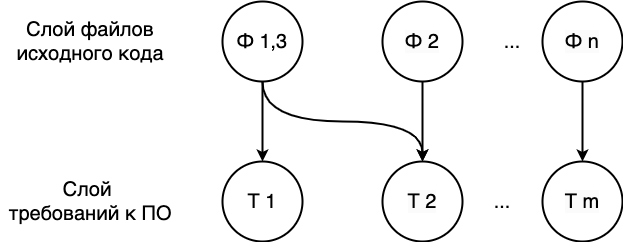
Before: images/result_count.png, a diagram exported from draw.io (Dambr/yewking). Source tidied: cells renumbered, new cells last; positions are measured from the earlier drawing's top-left corner, leaving out a move shared by most shapes. Source of this version:
```xml
<mxGraphModel>
  <root>
    <mxCell id="0" />
    <mxCell id="1" parent="0" />
    <mxCell id="2" style="edgeStyle=orthogonalEdgeStyle;curved=1;rounded=0;jettySize=auto;html=1;exitX=0.5;exitY=1;exitDx=0;exitDy=0;entryX=0.5;entryY=0;entryDx=0;entryDy=0;strokeWidth=2;" parent="1" edge="1" source="3" target="6">
      <mxGeometry relative="1" as="geometry" />
    </mxCell>
    <mxCell id="3" value="Ф 1,3" style="ellipse;whiteSpace=wrap;html=1;fontSize=20;strokeWidth=2;" parent="1" vertex="1">
      <mxGeometry x="222" width="80" height="80" as="geometry" />
    </mxCell>
    <mxCell id="4" value="&lt;span style=&quot;color: rgb(0, 0, 0); font-family: Helvetica; font-size: 20px; font-style: normal; font-variant-ligatures: normal; font-variant-caps: normal; font-weight: 400; letter-spacing: normal; orphans: 2; text-align: center; text-indent: 0px; text-transform: none; widows: 2; word-spacing: 0px; -webkit-text-stroke-width: 0px; white-space: normal; background-color: rgb(251, 251, 251); text-decoration-thickness: initial; text-decoration-style: initial; text-decoration-color: initial; float: none; display: inline !important;&quot;&gt;Ф 2&lt;/span&gt;" style="ellipse;whiteSpace=wrap;html=1;fontSize=20;strokeWidth=2;" parent="1" vertex="1">
      <mxGeometry x="382" width="80" height="80" as="geometry" />
    </mxCell>
    <mxCell id="5" value="Т 1" style="ellipse;whiteSpace=wrap;html=1;fontSize=20;strokeWidth=2;" parent="1" vertex="1">
      <mxGeometry x="222" y="160" width="80" height="80" as="geometry" />
    </mxCell>
    <mxCell id="6" value="&lt;span style=&quot;color: rgb(0, 0, 0); font-family: Helvetica; font-size: 20px; font-style: normal; font-variant-ligatures: normal; font-variant-caps: normal; font-weight: 400; letter-spacing: normal; orphans: 2; text-align: center; text-indent: 0px; text-transform: none; widows: 2; word-spacing: 0px; -webkit-text-stroke-width: 0px; white-space: normal; background-color: rgb(251, 251, 251); text-decoration-thickness: initial; text-decoration-style: initial; text-decoration-color: initial; float: none; display: inline !important;&quot;&gt;Т 2&lt;/span&gt;" style="ellipse;whiteSpace=wrap;html=1;fontSize=20;strokeWidth=2;" parent="1" vertex="1">
      <mxGeometry x="382" y="160" width="80" height="80" as="geometry" />
    </mxCell>
    <mxCell id="7" value="&lt;span style=&quot;color: rgb(0, 0, 0); font-family: Helvetica; font-size: 20px; font-style: normal; font-variant-ligatures: normal; font-variant-caps: normal; font-weight: 400; letter-spacing: normal; orphans: 2; text-align: center; text-indent: 0px; text-transform: none; widows: 2; word-spacing: 0px; -webkit-text-stroke-width: 0px; white-space: normal; background-color: rgb(251, 251, 251); text-decoration-thickness: initial; text-decoration-style: initial; text-decoration-color: initial; float: none; display: inline !important;&quot;&gt;Т m&lt;/span&gt;" style="ellipse;whiteSpace=wrap;html=1;fontSize=20;strokeWidth=2;" parent="1" vertex="1">
      <mxGeometry x="542" y="160" width="80" height="80" as="geometry" />
    </mxCell>
    <mxCell id="8" value="..." style="text;html=1;align=center;verticalAlign=middle;whiteSpace=wrap;rounded=0;fontSize=20;strokeWidth=2;" parent="1" vertex="1">
      <mxGeometry x="472" y="185" width="60" height="30" as="geometry" />
    </mxCell>
    <mxCell id="9" value="&lt;span style=&quot;color: rgb(0, 0, 0); font-family: Helvetica; font-size: 20px; font-style: normal; font-variant-ligatures: normal; font-variant-caps: normal; font-weight: 400; letter-spacing: normal; orphans: 2; text-align: center; text-indent: 0px; text-transform: none; widows: 2; word-spacing: 0px; -webkit-text-stroke-width: 0px; white-space: normal; background-color: rgb(251, 251, 251); text-decoration-thickness: initial; text-decoration-style: initial; text-decoration-color: initial; float: none; display: inline !important;&quot;&gt;Ф n&lt;/span&gt;" style="ellipse;whiteSpace=wrap;html=1;fontSize=20;strokeWidth=2;" parent="1" vertex="1">
      <mxGeometry x="542" width="80" height="80" as="geometry" />
    </mxCell>
    <mxCell id="10" value="..." style="text;html=1;align=center;verticalAlign=middle;whiteSpace=wrap;rounded=0;fontSize=20;strokeWidth=2;" parent="1" vertex="1">
      <mxGeometry x="482" y="25" width="60" height="30" as="geometry" />
    </mxCell>
    <mxCell id="11" style="endArrow=classic;html=1;rounded=0;exitX=0.5;exitY=1;exitDx=0;exitDy=0;entryX=0.5;entryY=0;entryDx=0;entryDy=0;fontSize=20;strokeWidth=2;" parent="1" edge="1" source="3" target="5">
      <mxGeometry relative="1" as="geometry" />
    </mxCell>
    <mxCell id="12" style="endArrow=classic;html=1;rounded=0;exitX=0.5;exitY=1;exitDx=0;exitDy=0;entryX=0.5;entryY=0;entryDx=0;entryDy=0;fontSize=20;strokeWidth=2;" parent="1" edge="1" source="4" target="6">
      <mxGeometry relative="1" as="geometry" />
    </mxCell>
    <mxCell id="13" style="endArrow=classic;html=1;rounded=0;exitX=0.5;exitY=1;exitDx=0;exitDy=0;entryX=0.5;entryY=0;entryDx=0;entryDy=0;fontSize=20;strokeWidth=2;" parent="1" edge="1" source="9" target="7">
      <mxGeometry relative="1" as="geometry" />
    </mxCell>
    <mxCell id="14" value="Слой файлов исходного кода" style="text;html=1;align=center;verticalAlign=middle;whiteSpace=wrap;rounded=0;fontSize=20;" parent="1" vertex="1">
      <mxGeometry y="25" width="180" height="30" as="geometry" />
    </mxCell>
    <mxCell id="15" value="Слой&amp;nbsp;&lt;div&gt;требований к ПО&lt;/div&gt;" style="text;html=1;align=center;verticalAlign=middle;whiteSpace=wrap;rounded=0;fontSize=20;" parent="1" vertex="1">
      <mxGeometry y="185" width="180" height="30" as="geometry" />
    </mxCell>
  </root>
</mxGraphModel>
```
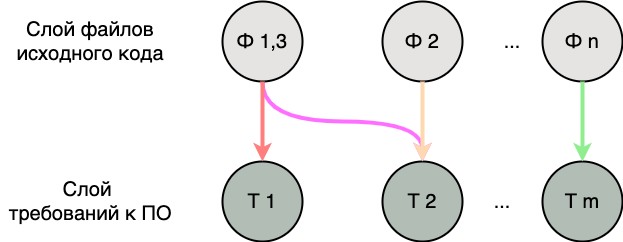
Later version of the same file.

Diff of the diagram source:
```diff
@@ -2,40 +2,40 @@
   <root>
     <mxCell id="0" />
     <mxCell id="1" parent="0" />
-    <mxCell id="2" style="edgeStyle=orthogonalEdgeStyle;curved=1;rounded=0;jettySize=auto;html=1;exitX=0.5;exitY=1;exitDx=0;exitDy=0;entryX=0.5;entryY=0;entryDx=0;entryDy=0;strokeWidth=2;" parent="1" edge="1" source="3" target="6">
+    <mxCell id="2" style="edgeStyle=orthogonalEdgeStyle;curved=1;rounded=0;jettySize=auto;html=1;exitX=0.5;exitY=1;exitDx=0;exitDy=0;entryX=0.5;entryY=0;entryDx=0;entryDy=0;strokeWidth=4;strokeColor=#FF6FFF;" parent="1" edge="1" source="3" target="6">
       <mxGeometry relative="1" as="geometry" />
     </mxCell>
-    <mxCell id="3" value="Ф 1,3" style="ellipse;whiteSpace=wrap;html=1;fontSize=20;strokeWidth=2;" parent="1" vertex="1">
+    <mxCell id="3" value="Ф 1,3" style="ellipse;whiteSpace=wrap;html=1;fontSize=20;strokeWidth=2;fillColor=#E5E4E2;" parent="1" vertex="1">
       <mxGeometry x="222" width="80" height="80" as="geometry" />
     </mxCell>
-    <mxCell id="4" value="&lt;span style=&quot;color: rgb(0, 0, 0); font-family: Helvetica; font-size: 20px; font-style: normal; font-variant-ligatures: normal; font-variant-caps: normal; font-weight: 400; letter-spacing: normal; orphans: 2; text-align: center; text-indent: 0px; text-transform: none; widows: 2; word-spacing: 0px; -webkit-text-stroke-width: 0px; white-space: normal; background-color: rgb(251, 251, 251); text-decoration-thickness: initial; text-decoration-style: initial; text-decoration-color: initial; float: none; display: inline !important;&quot;&gt;Ф 2&lt;/span&gt;" style="ellipse;whiteSpace=wrap;html=1;fontSize=20;strokeWidth=2;" parent="1" vertex="1">
+    <mxCell id="4" value="Ф 2" style="ellipse;whiteSpace=wrap;html=1;fontSize=20;strokeWidth=2;fillColor=#E5E4E2;" parent="1" vertex="1">
       <mxGeometry x="382" width="80" height="80" as="geometry" />
     </mxCell>
-    <mxCell id="5" value="Т 1" style="ellipse;whiteSpace=wrap;html=1;fontSize=20;strokeWidth=2;" parent="1" vertex="1">
+    <mxCell id="5" value="Т 1" style="ellipse;whiteSpace=wrap;html=1;fontSize=20;strokeWidth=2;fillColor=#B2BEB5;" parent="1" vertex="1">
       <mxGeometry x="222" y="160" width="80" height="80" as="geometry" />
     </mxCell>
-    <mxCell id="6" value="&lt;span style=&quot;color: rgb(0, 0, 0); font-family: Helvetica; font-size: 20px; font-style: normal; font-variant-ligatures: normal; font-variant-caps: normal; font-weight: 400; letter-spacing: normal; orphans: 2; text-align: center; text-indent: 0px; text-transform: none; widows: 2; word-spacing: 0px; -webkit-text-stroke-width: 0px; white-space: normal; background-color: rgb(251, 251, 251); text-decoration-thickness: initial; text-decoration-style: initial; text-decoration-color: initial; float: none; display: inline !important;&quot;&gt;Т 2&lt;/span&gt;" style="ellipse;whiteSpace=wrap;html=1;fontSize=20;strokeWidth=2;" parent="1" vertex="1">
+    <mxCell id="6" value="Т 2" style="ellipse;whiteSpace=wrap;html=1;fontSize=20;strokeWidth=2;fillColor=#B2BEB5;" parent="1" vertex="1">
       <mxGeometry x="382" y="160" width="80" height="80" as="geometry" />
     </mxCell>
-    <mxCell id="7" value="&lt;span style=&quot;color: rgb(0, 0, 0); font-family: Helvetica; font-size: 20px; font-style: normal; font-variant-ligatures: normal; font-variant-caps: normal; font-weight: 400; letter-spacing: normal; orphans: 2; text-align: center; text-indent: 0px; text-transform: none; widows: 2; word-spacing: 0px; -webkit-text-stroke-width: 0px; white-space: normal; background-color: rgb(251, 251, 251); text-decoration-thickness: initial; text-decoration-style: initial; text-decoration-color: initial; float: none; display: inline !important;&quot;&gt;Т m&lt;/span&gt;" style="ellipse;whiteSpace=wrap;html=1;fontSize=20;strokeWidth=2;" parent="1" vertex="1">
+    <mxCell id="7" value="Т m" style="ellipse;whiteSpace=wrap;html=1;fontSize=20;strokeWidth=2;fillColor=#B2BEB5;" parent="1" vertex="1">
       <mxGeometry x="542" y="160" width="80" height="80" as="geometry" />
     </mxCell>
     <mxCell id="8" value="..." style="text;html=1;align=center;verticalAlign=middle;whiteSpace=wrap;rounded=0;fontSize=20;strokeWidth=2;" parent="1" vertex="1">
       <mxGeometry x="472" y="185" width="60" height="30" as="geometry" />
     </mxCell>
-    <mxCell id="9" value="&lt;span style=&quot;color: rgb(0, 0, 0); font-family: Helvetica; font-size: 20px; font-style: normal; font-variant-ligatures: normal; font-variant-caps: normal; font-weight: 400; letter-spacing: normal; orphans: 2; text-align: center; text-indent: 0px; text-transform: none; widows: 2; word-spacing: 0px; -webkit-text-stroke-width: 0px; white-space: normal; background-color: rgb(251, 251, 251); text-decoration-thickness: initial; text-decoration-style: initial; text-decoration-color: initial; float: none; display: inline !important;&quot;&gt;Ф n&lt;/span&gt;" style="ellipse;whiteSpace=wrap;html=1;fontSize=20;strokeWidth=2;" parent="1" vertex="1">
+    <mxCell id="9" value="Ф n" style="ellipse;whiteSpace=wrap;html=1;fontSize=20;strokeWidth=2;fillColor=#E5E4E2;" parent="1" vertex="1">
       <mxGeometry x="542" width="80" height="80" as="geometry" />
     </mxCell>
     <mxCell id="10" value="..." style="text;html=1;align=center;verticalAlign=middle;whiteSpace=wrap;rounded=0;fontSize=20;strokeWidth=2;" parent="1" vertex="1">
       <mxGeometry x="482" y="25" width="60" height="30" as="geometry" />
     </mxCell>
-    <mxCell id="11" style="endArrow=classic;html=1;rounded=0;exitX=0.5;exitY=1;exitDx=0;exitDy=0;entryX=0.5;entryY=0;entryDx=0;entryDy=0;fontSize=20;strokeWidth=2;" parent="1" edge="1" source="3" target="5">
+    <mxCell id="11" style="endArrow=classic;html=1;rounded=0;exitX=0.5;exitY=1;exitDx=0;exitDy=0;entryX=0.5;entryY=0;entryDx=0;entryDy=0;fontSize=20;strokeWidth=4;strokeColor=#FF7F7F;" parent="1" edge="1" source="3" target="5">
       <mxGeometry relative="1" as="geometry" />
     </mxCell>
-    <mxCell id="12" style="endArrow=classic;html=1;rounded=0;exitX=0.5;exitY=1;exitDx=0;exitDy=0;entryX=0.5;entryY=0;entryDx=0;entryDy=0;fontSize=20;strokeWidth=2;" parent="1" edge="1" source="4" target="6">
+    <mxCell id="12" style="endArrow=classic;html=1;rounded=0;exitX=0.5;exitY=1;exitDx=0;exitDy=0;entryX=0.5;entryY=0;entryDx=0;entryDy=0;fontSize=20;strokeWidth=4;strokeColor=#FED8B1;" parent="1" edge="1" source="4" target="6">
       <mxGeometry relative="1" as="geometry" />
     </mxCell>
-    <mxCell id="13" style="endArrow=classic;html=1;rounded=0;exitX=0.5;exitY=1;exitDx=0;exitDy=0;entryX=0.5;entryY=0;entryDx=0;entryDy=0;fontSize=20;strokeWidth=2;" parent="1" edge="1" source="9" target="7">
+    <mxCell id="13" style="endArrow=classic;html=1;rounded=0;exitX=0.5;exitY=1;exitDx=0;exitDy=0;entryX=0.5;entryY=0;entryDx=0;entryDy=0;fontSize=20;strokeWidth=4;strokeColor=#90EE90;" parent="1" edge="1" source="9" target="7">
       <mxGeometry relative="1" as="geometry" />
     </mxCell>
     <mxCell id="14" value="Слой файлов исходного кода" style="text;html=1;align=center;verticalAlign=middle;whiteSpace=wrap;rounded=0;fontSize=20;" parent="1" vertex="1">
```
